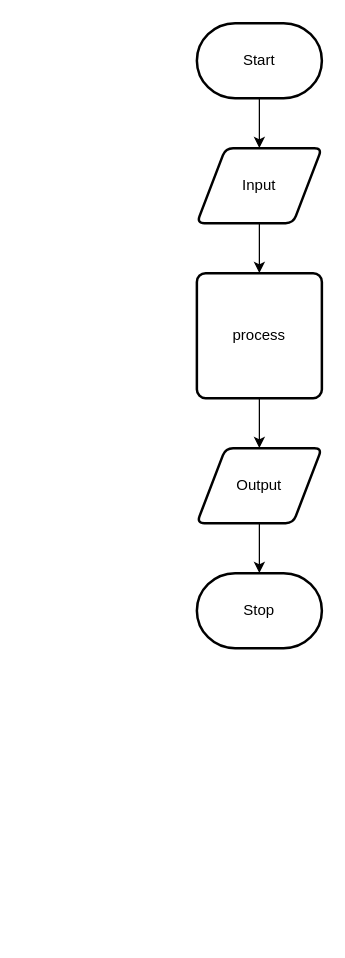
Earlier version of the draw.io diagram design/flow-chart.drawio (Liya-Getachew/ICS2O-Unit5-06-JS). Source tidied: cells renumbered, new cells numbered last; positions are measured from the earlier drawing's top-left corner, leaving out a move shared by most shapes. Both pictures are drawn from the tidied source at 125%, with x=0, y=0 at pixel (196, 22).
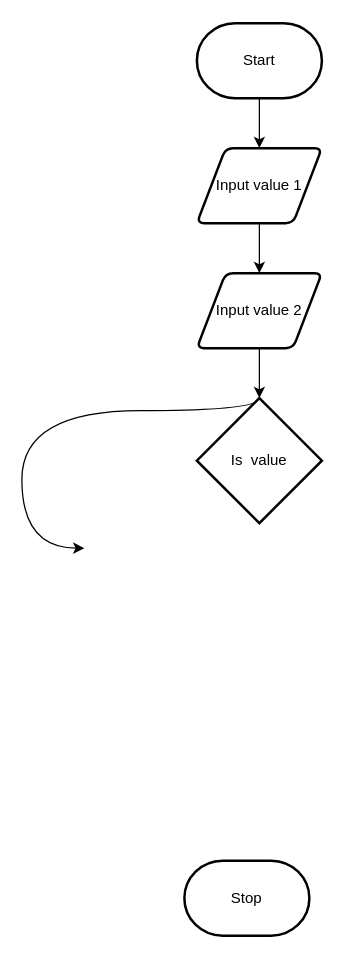
The same page after the edit.

Commit message (it also covers changes not shown here):
chart and board

What changed in the source:
```diff
@@
 <mxGraphModel>
   <root>
     <mxCell id="0" />
     <mxCell id="1" parent="0" />
     <mxCell id="2" style="edgeStyle=none;html=1;" parent="1" edge="1" source="3" target="5">
       <mxGeometry relative="1" as="geometry" />
     </mxCell>
     <mxCell id="3" value="Start" style="strokeWidth=2;html=1;shape=mxgraph.flowchart.terminator;whiteSpace=wrap;" parent="1" vertex="1">
       <mxGeometry width="100" height="60" as="geometry" />
     </mxCell>
-    <mxCell id="4" style="edgeStyle=none;html=1;" parent="1" edge="1" source="5" target="7">
-      <mxGeometry relative="1" as="geometry" />
-    </mxCell>
+    <mxCell id="11" style="edgeStyle=none;html=1;" parent="1" edge="1" source="5" target="13">
+      <mxGeometry relative="1" as="geometry" />
+    </mxCell>
-    <mxCell id="5" value="Input" style="shape=parallelogram;html=1;strokeWidth=2;perimeter=parallelogramPerimeter;whiteSpace=wrap;rounded=1;arcSize=12;size=0.23;" parent="1" vertex="1">
+    <mxCell id="5" value="Input value 1" style="shape=parallelogram;html=1;strokeWidth=2;perimeter=parallelogramPerimeter;whiteSpace=wrap;rounded=1;arcSize=12;size=0.23;" parent="1" vertex="1">
       <mxGeometry y="100" width="100" height="60" as="geometry" />
     </mxCell>
-    <mxCell id="6" style="edgeStyle=none;html=1;" parent="1" edge="1" source="7" target="9">
-      <mxGeometry relative="1" as="geometry" />
+    <mxCell id="6" style="edgeStyle=none;html=1;" parent="1" edge="1">
+      <mxGeometry relative="1" as="geometry">
+        <mxPoint x="-18.8" y="630" as="sourcePoint" />
+        <mxPoint x="-18.8" y="630" as="targetPoint" />
+      </mxGeometry>
     </mxCell>
-    <mxCell id="7" value="process" style="rounded=1;whiteSpace=wrap;html=1;absoluteArcSize=1;arcSize=14;strokeWidth=2;" parent="1" vertex="1">
-      <mxGeometry y="200" width="100" height="100" as="geometry" />
-    </mxCell>
-    <mxCell id="8" style="edgeStyle=none;html=1;" parent="1" edge="1" source="9" target="10">
-      <mxGeometry relative="1" as="geometry" />
-    </mxCell>
-    <mxCell id="9" value="Output" style="shape=parallelogram;html=1;strokeWidth=2;perimeter=parallelogramPerimeter;whiteSpace=wrap;rounded=1;arcSize=12;size=0.23;" parent="1" vertex="1">
-      <mxGeometry y="340" width="100" height="60" as="geometry" />
-    </mxCell>
     <mxCell id="10" value="Stop" style="strokeWidth=2;html=1;shape=mxgraph.flowchart.terminator;whiteSpace=wrap;" parent="1" vertex="1">
-      <mxGeometry y="440" width="100" height="60" as="geometry" />
+      <mxGeometry x="-10" y="670" width="100" height="60" as="geometry" />
     </mxCell>
+    <mxCell id="12" style="edgeStyle=none;html=1;entryX=0.5;entryY=0;entryDx=0;entryDy=0;entryPerimeter=0;" parent="1" edge="1" source="13" target="15">
+      <mxGeometry relative="1" as="geometry" />
+    </mxCell>
+    <mxCell id="13" value="Input value 2" style="shape=parallelogram;html=1;strokeWidth=2;perimeter=parallelogramPerimeter;whiteSpace=wrap;rounded=1;arcSize=12;size=0.23;" parent="1" vertex="1">
+      <mxGeometry y="200" width="100" height="60" as="geometry" />
+    </mxCell>
+    <mxCell id="14" style="edgeStyle=orthogonalEdgeStyle;html=1;curved=1;exitX=0.5;exitY=0;exitDx=0;exitDy=0;exitPerimeter=0;" parent="1" edge="1" source="15">
+      <mxGeometry relative="1" as="geometry">
+        <mxPoint x="-90" y="420" as="targetPoint" />
+        <Array as="points">
+          <mxPoint x="50" y="310" />
+          <mxPoint x="-140" y="310" />
+          <mxPoint x="-140" y="420" />
+        </Array>
+      </mxGeometry>
+    </mxCell>
+    <mxCell id="15" value="Is&amp;nbsp; value" style="strokeWidth=2;html=1;shape=mxgraph.flowchart.decision;whiteSpace=wrap;" parent="1" vertex="1">
+      <mxGeometry y="300" width="100" height="100" as="geometry" />
+    </mxCell>
   </root>
 </mxGraphModel>
```
